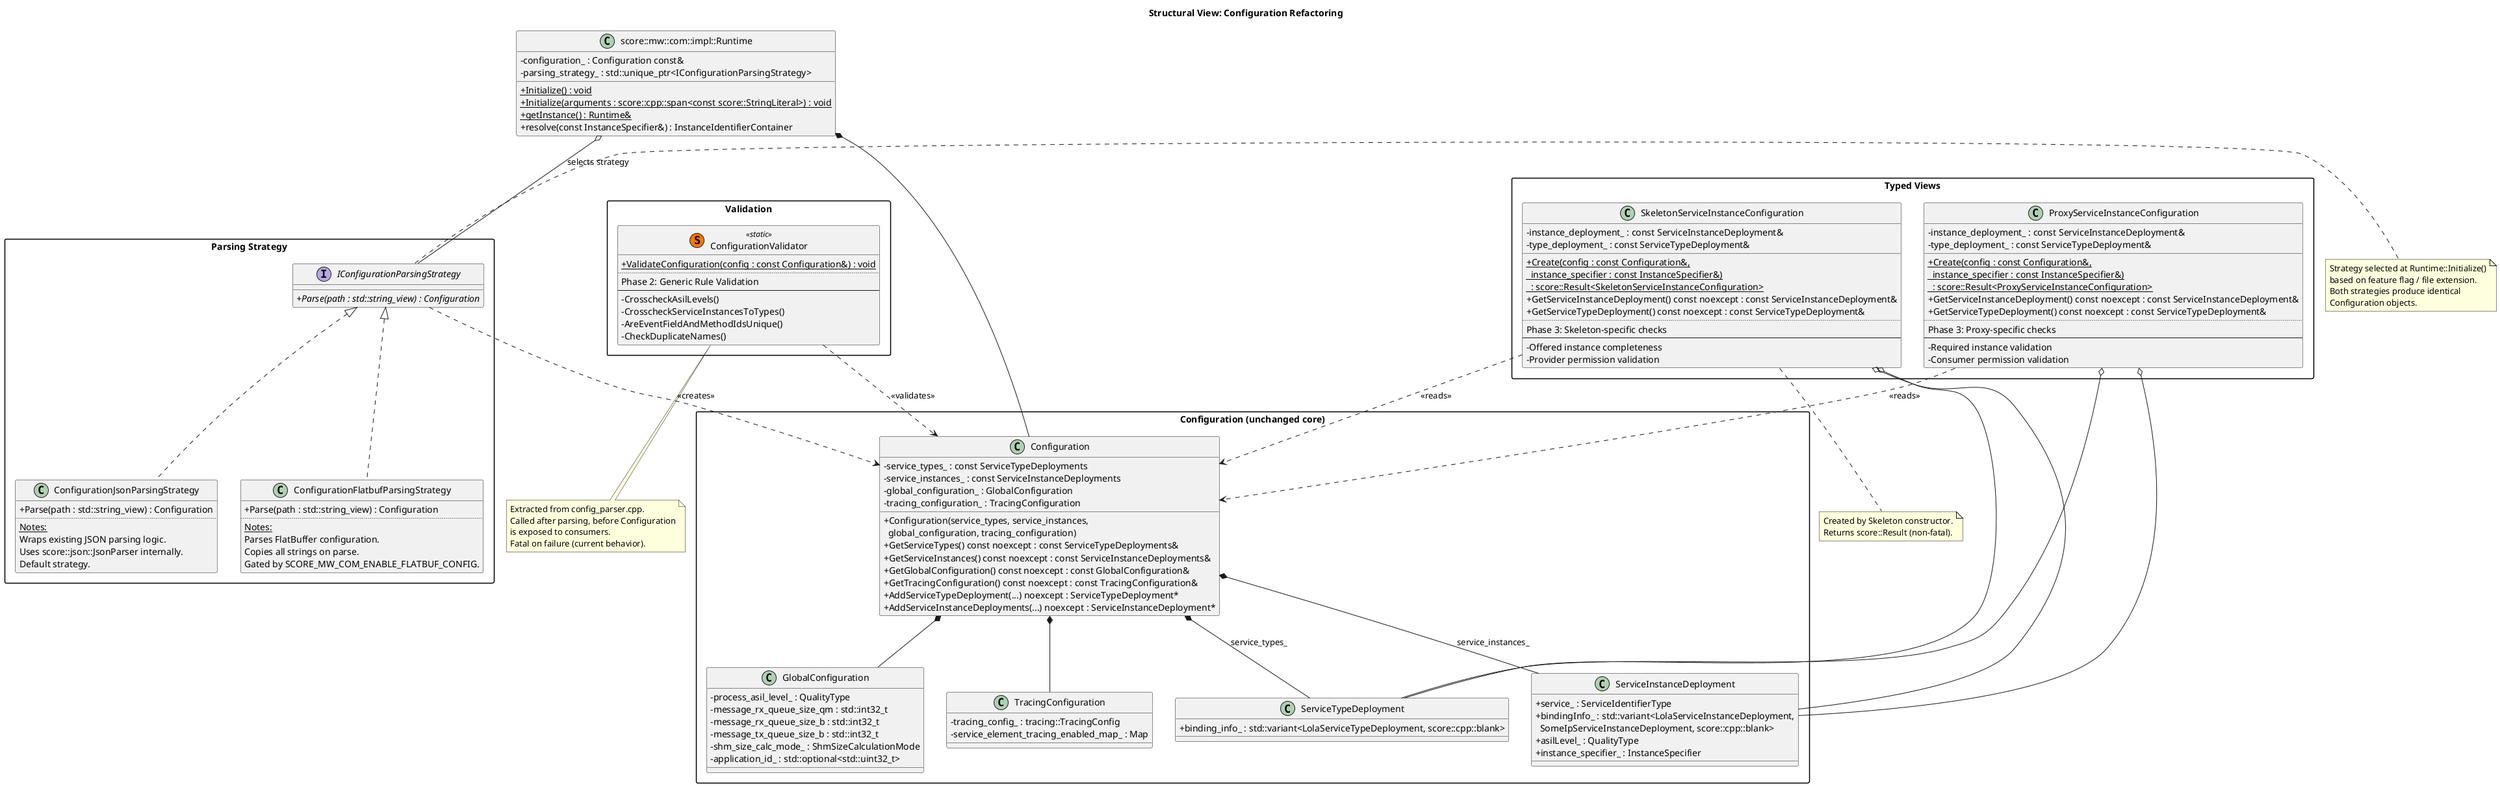
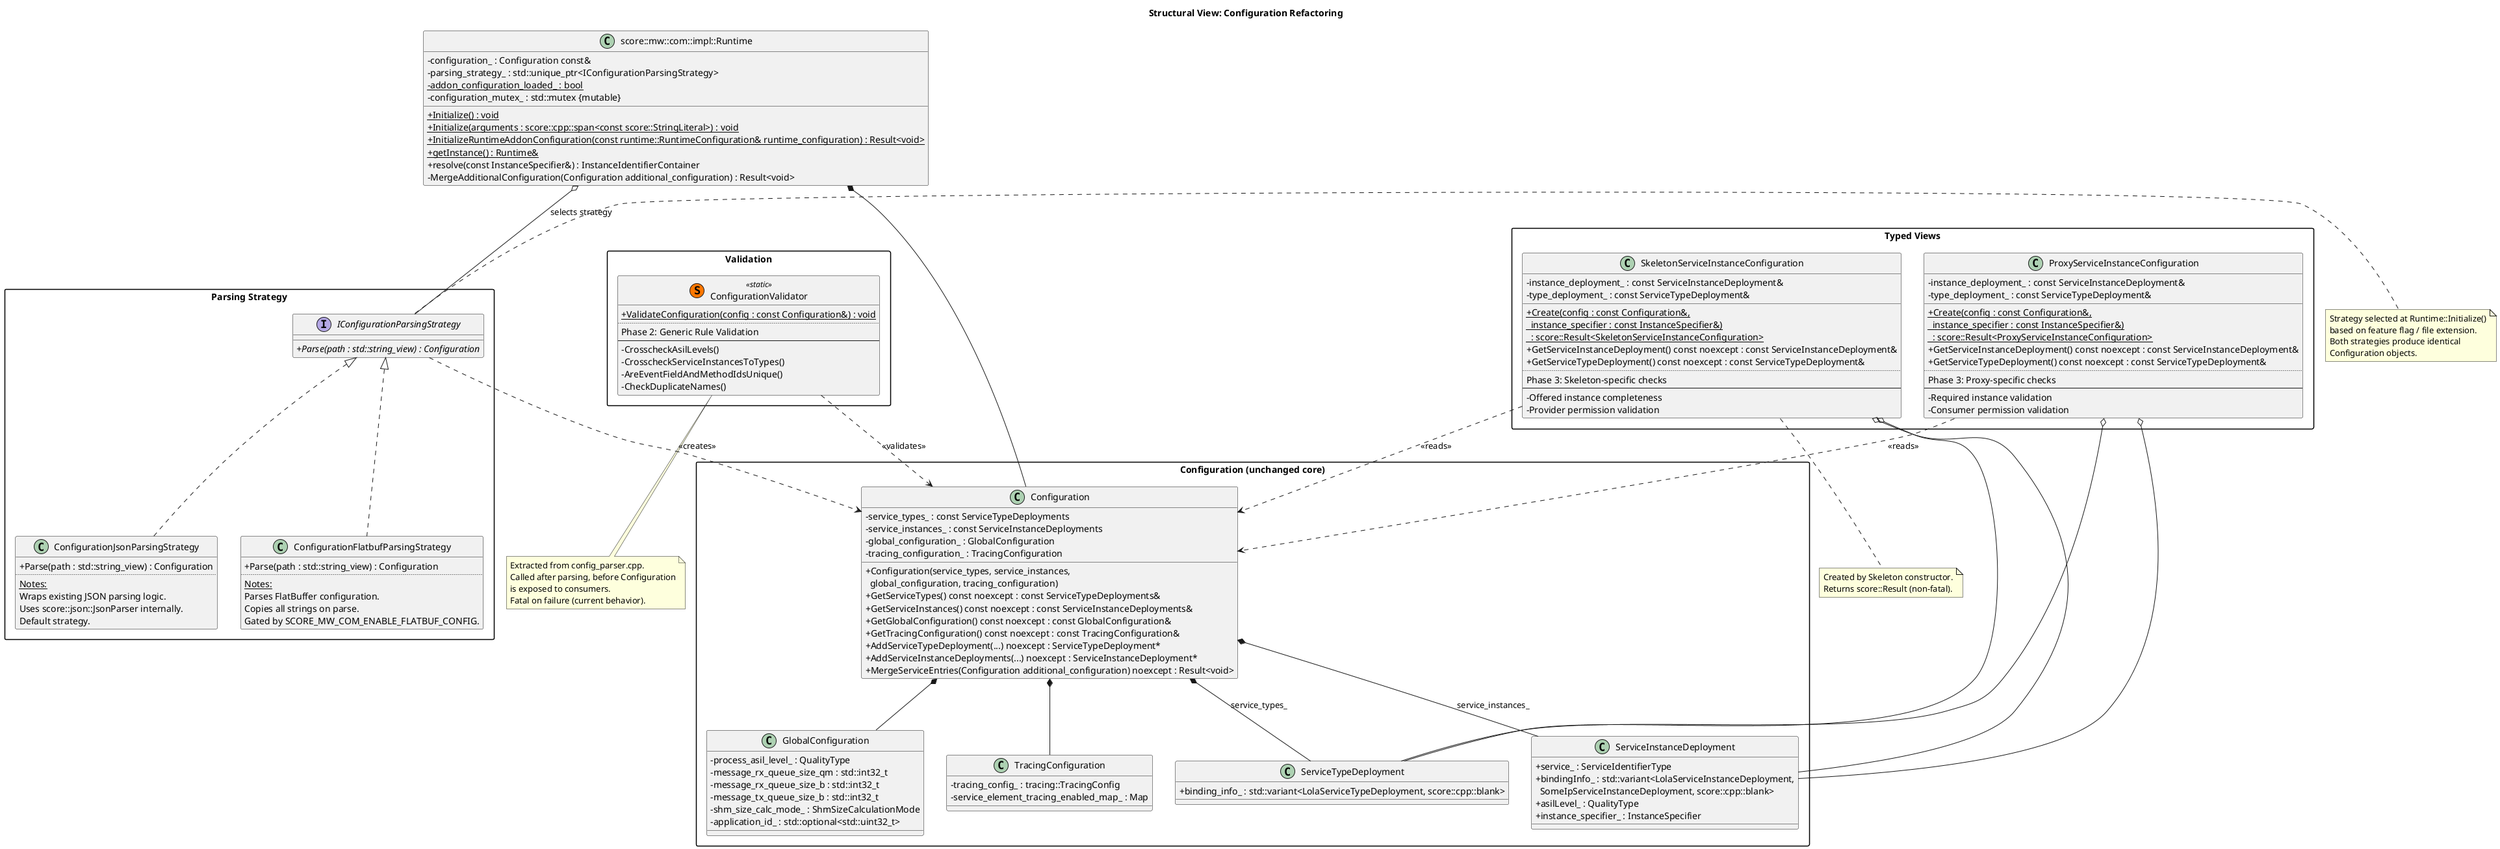
@startuml structural_view_refactored
title "Structural View: Configuration Refactoring"

skinparam packageStyle rectangle
skinparam classAttributeIconSize 0

package "Parsing Strategy" {

  interface "IConfigurationParsingStrategy" {
    + {abstract} Parse(path : std::string_view) : Configuration
  }

  class "ConfigurationJsonParsingStrategy" {
    + Parse(path : std::string_view) : Configuration
    ..
    <u>Notes:</u>
    Wraps existing JSON parsing logic.
    Uses score::json::JsonParser internally.
    Default strategy.
  }

  class "ConfigurationFlatbufParsingStrategy" {
    + Parse(path : std::string_view) : Configuration
    ..
    <u>Notes:</u>
    Parses FlatBuffer configuration.
    Copies all strings on parse.
    Gated by SCORE_MW_COM_ENABLE_FLATBUF_CONFIG.
  }

  "ConfigurationJsonParsingStrategy" .up.|> "IConfigurationParsingStrategy"
  "ConfigurationFlatbufParsingStrategy" .up.|> "IConfigurationParsingStrategy"
}

package "Validation" {

  class "ConfigurationValidator" <<(S,#FF7700) static>> {
    {static} + ValidateConfiguration(config : const Configuration&) : void
    ..
    Phase 2: Generic Rule Validation
    ----
    - CrosscheckAsilLevels()
    - CrosscheckServiceInstancesToTypes()
    - AreEventFieldAndMethodIdsUnique()
    - CheckDuplicateNames()
  }
}

package "Typed Views" {

  class "SkeletonServiceInstanceConfiguration" {
    - instance_deployment_ : const ServiceInstanceDeployment&
    - type_deployment_ : const ServiceTypeDeployment&
    __
    {static} + Create(config : const Configuration&,\n  instance_specifier : const InstanceSpecifier&)\n  : score::Result<SkeletonServiceInstanceConfiguration>
    + GetServiceInstanceDeployment() const noexcept : const ServiceInstanceDeployment&
    + GetServiceTypeDeployment() const noexcept : const ServiceTypeDeployment&
    ..
    Phase 3: Skeleton-specific checks
    ----
    - Offered instance completeness
    - Provider permission validation
  }

  class "ProxyServiceInstanceConfiguration" {
    - instance_deployment_ : const ServiceInstanceDeployment&
    - type_deployment_ : const ServiceTypeDeployment&
    __
    {static} + Create(config : const Configuration&,\n  instance_specifier : const InstanceSpecifier&)\n  : score::Result<ProxyServiceInstanceConfiguration>
    + GetServiceInstanceDeployment() const noexcept : const ServiceInstanceDeployment&
    + GetServiceTypeDeployment() const noexcept : const ServiceTypeDeployment&
    ..
    Phase 3: Proxy-specific checks
    ----
    - Required instance validation
    - Consumer permission validation
  }
}

package "Configuration (unchanged core)" {

  class "Configuration" {
    - service_types_ : const ServiceTypeDeployments
    - service_instances_ : const ServiceInstanceDeployments
    - global_configuration_ : GlobalConfiguration
    - tracing_configuration_ : TracingConfiguration
    __
    + Configuration(service_types, service_instances,\n  global_configuration, tracing_configuration)
    + GetServiceTypes() const noexcept : const ServiceTypeDeployments&
    + GetServiceInstances() const noexcept : const ServiceInstanceDeployments&
    + GetGlobalConfiguration() const noexcept : const GlobalConfiguration&
    + GetTracingConfiguration() const noexcept : const TracingConfiguration&
    + AddServiceTypeDeployment(...) noexcept : ServiceTypeDeployment*
    + AddServiceInstanceDeployments(...) noexcept : ServiceInstanceDeployment*
+     + MergeServiceEntries(Configuration additional_configuration) noexcept : Result<void>
  }

  class "ServiceTypeDeployment" {
    + binding_info_ : std::variant<LolaServiceTypeDeployment, score::cpp::blank>
  }

  class "ServiceInstanceDeployment" {
    + service_ : ServiceIdentifierType
    + bindingInfo_ : std::variant<LolaServiceInstanceDeployment,\n  SomeIpServiceInstanceDeployment, score::cpp::blank>
    + asilLevel_ : QualityType
    + instance_specifier_ : InstanceSpecifier
  }

  class "GlobalConfiguration" {
    - process_asil_level_ : QualityType
    - message_rx_queue_size_qm : std::int32_t
    - message_rx_queue_size_b : std::int32_t
    - message_tx_queue_size_b : std::int32_t
    - shm_size_calc_mode_ : ShmSizeCalculationMode
    - application_id_ : std::optional<std::uint32_t>
  }

  class "TracingConfiguration" {
    - tracing_config_ : tracing::TracingConfig
    - service_element_tracing_enabled_map_ : Map
  }

  "Configuration" *-- "ServiceTypeDeployment" : service_types_
  "Configuration" *-- "ServiceInstanceDeployment" : service_instances_
  "Configuration" *-- "GlobalConfiguration"
  "Configuration" *-- "TracingConfiguration"
}

class "score::mw::com::impl::Runtime" {
  - configuration_ : Configuration const&
  - parsing_strategy_ : std::unique_ptr<IConfigurationParsingStrategy>
+   - {static} addon_configuration_loaded_ : bool
+   - configuration_mutex_ : std::mutex {mutable}
  __
  {static} + Initialize() : void
  {static} + Initialize(arguments : score::cpp::span<const score::StringLiteral>) : void
+   {static} + InitializeRuntimeAddonConfiguration(const runtime::RuntimeConfiguration& runtime_configuration) : Result<void>
  {static} + getInstance() : Runtime&
  + resolve(const InstanceSpecifier&) : InstanceIdentifierContainer
+   - MergeAdditionalConfiguration(Configuration additional_configuration) : Result<void>
}

' Relationships
"IConfigurationParsingStrategy" ..> "Configuration" : <<creates>>
"ConfigurationValidator" ..> "Configuration" : <<validates>>
"SkeletonServiceInstanceConfiguration" ..> "Configuration" : <<reads>>
"ProxyServiceInstanceConfiguration" ..> "Configuration" : <<reads>>
"SkeletonServiceInstanceConfiguration" o-- "ServiceInstanceDeployment"
"SkeletonServiceInstanceConfiguration" o-- "ServiceTypeDeployment"
"ProxyServiceInstanceConfiguration" o-- "ServiceInstanceDeployment"
"ProxyServiceInstanceConfiguration" o-- "ServiceTypeDeployment"
"score::mw::com::impl::Runtime" *-- "Configuration"
"score::mw::com::impl::Runtime" o-- "IConfigurationParsingStrategy" : selects strategy

note right of "IConfigurationParsingStrategy"
  Strategy selected at Runtime::Initialize()
  based on feature flag / file extension.
  Both strategies produce identical
  Configuration objects.
end note

note bottom of "ConfigurationValidator"
  Extracted from config_parser.cpp.
  Called after parsing, before Configuration
  is exposed to consumers.
  Fatal on failure (current behavior).
end note

note bottom of "SkeletonServiceInstanceConfiguration"
  Created by Skeleton constructor.
  Returns score::Result (non-fatal).
end note

@enduml
